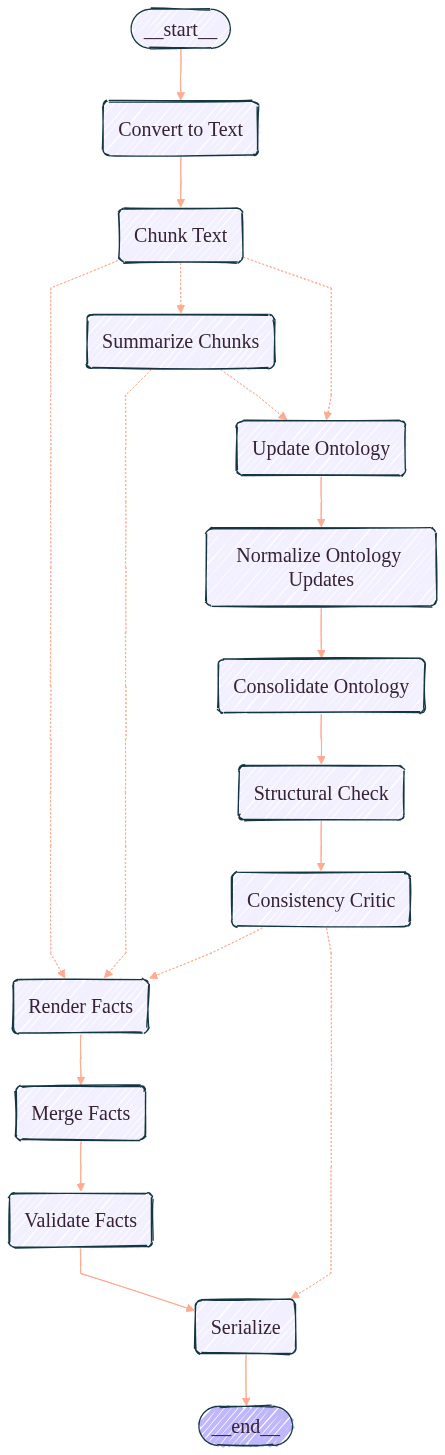
Earlier version of the Mermaid export docs/assets/graph.preview.png (growgraph/ontocast). Its source is kept beside it as docs/assets/graph.mmd.
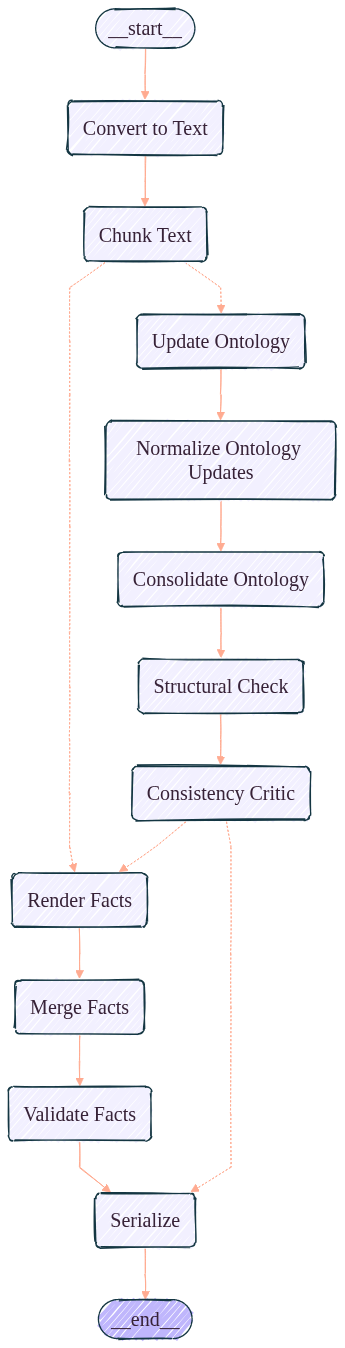
Later version of the same file.

Change to the diagram source:
```diff
@@ -18,7 +18,6 @@
 	__start__([<p>__start__</p>]):::first
 	Convert\20to\20Text(Convert to Text)
 	Chunk\20Text(Chunk Text)
-	Summarize\20Chunks(Summarize Chunks)
 	Update\20Ontology(Update Ontology)
 	Normalize\20Ontology\20Updates(Normalize Ontology Updates)
 	Consolidate\20Ontology(Consolidate Ontology)
@@ -30,7 +29,6 @@
 	Serialize(Serialize)
 	__end__([<p>__end__</p>]):::last
 	Chunk\20Text -.-> Render\20Facts;
-	Chunk\20Text -.-> Summarize\20Chunks;
 	Chunk\20Text -.-> Update\20Ontology;
 	Consistency\20Critic -.-> Render\20Facts;
 	Consistency\20Critic -.-> Serialize;
@@ -40,8 +38,6 @@
 	Normalize\20Ontology\20Updates --> Consolidate\20Ontology;
 	Render\20Facts --> Merge\20Facts;
 	Structural\20Check --> Consistency\20Critic;
-	Summarize\20Chunks -.-> Render\20Facts;
-	Summarize\20Chunks -.-> Update\20Ontology;
 	Update\20Ontology --> Normalize\20Ontology\20Updates;
 	Validate\20Facts --> Serialize;
 	__start__ --> Convert\20to\20Text;
```
